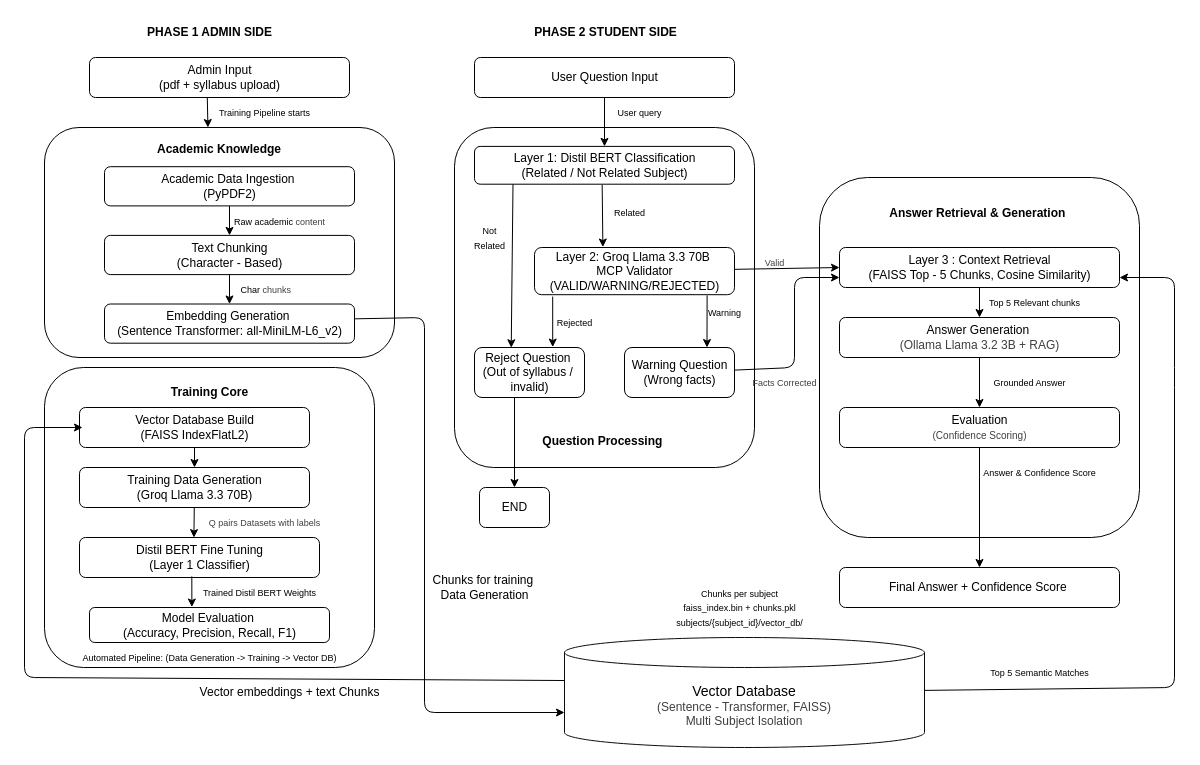
Rajalakshmi2110/academic_system keeps this draw.io diagram as architecture/rajifinal.drawio. Above is the earlier version. Source tidied: cells renumbered, new cells numbered last; positions are measured from the earlier drawing's top-left corner, leaving out a move shared by most shapes. Both pictures are drawn from the tidied source at 100%, with x=0, y=0 at pixel (24, 17).
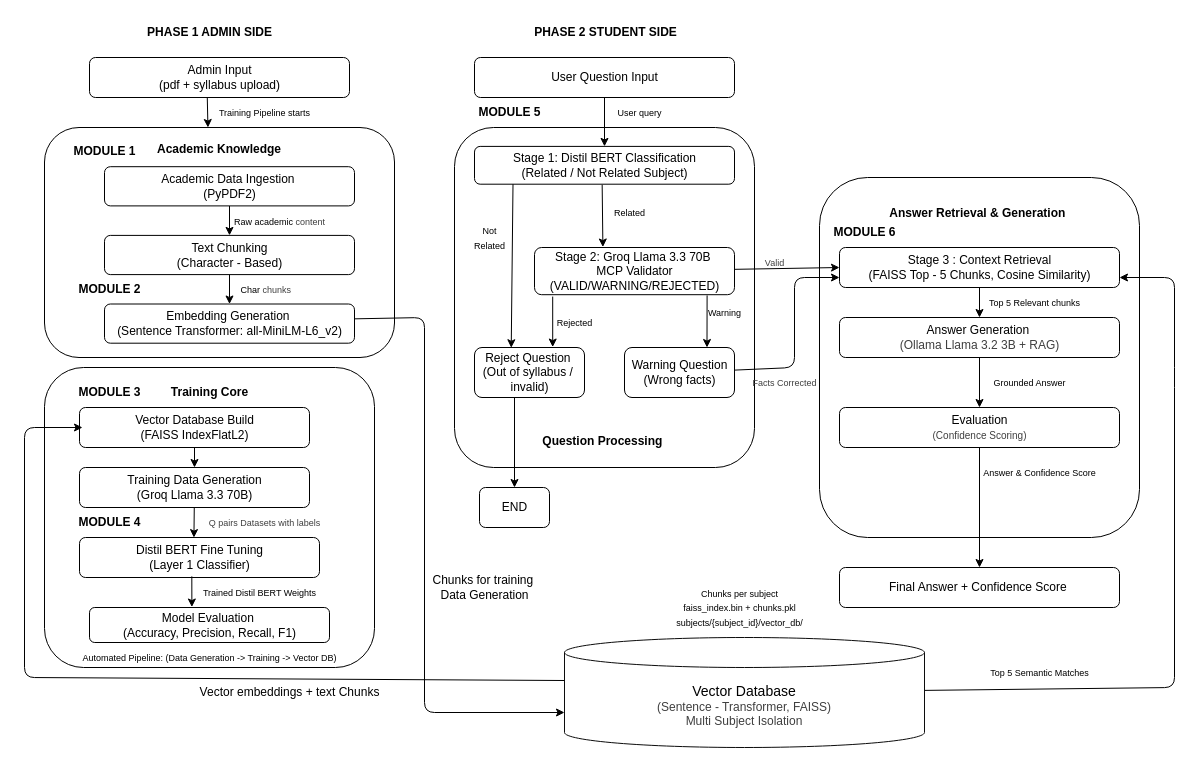
The same page after the edit.

The change refers to these unchanged cells:
```xml
<mxCell id="2" value="&lt;div&gt;&lt;br&gt;&lt;/div&gt;&lt;div&gt;&lt;br&gt;&lt;/div&gt;&lt;div&gt;&lt;br&gt;&lt;/div&gt;&lt;div&gt;&lt;br&gt;&lt;/div&gt;&lt;div&gt;&lt;br&gt;&lt;/div&gt;&lt;div&gt;&lt;br&gt;&lt;/div&gt;&lt;div&gt;&lt;br&gt;&lt;/div&gt;&lt;div&gt;&lt;br&gt;&lt;/div&gt;&lt;div&gt;&lt;br&gt;&lt;/div&gt;&lt;div&gt;&lt;br&gt;&lt;/div&gt;&lt;div&gt;&lt;br&gt;&lt;/div&gt;&lt;div&gt;&lt;br&gt;&lt;/div&gt;&lt;div&gt;&lt;br&gt;&lt;/div&gt;&lt;div&gt;&lt;br&gt;&lt;/div&gt;&lt;div&gt;&lt;br&gt;&lt;/div&gt;&lt;div&gt;&lt;br&gt;&lt;/div&gt;&lt;div&gt;&lt;br&gt;&lt;/div&gt;&lt;div&gt;&lt;br&gt;&lt;/div&gt;&lt;div&gt;&lt;br&gt;&lt;/div&gt;&lt;div&gt;&lt;br&gt;&lt;/div&gt;&lt;div&gt;&lt;br&gt;&lt;/div&gt;Question Processing&amp;nbsp;&lt;div&gt;&lt;br&gt;&lt;/div&gt;" style="rounded=1;whiteSpace=wrap;html=1;fontStyle=1;arcSize=13;" parent="1" vertex="1">
  <mxGeometry x="430" y="110" width="300" height="340" as="geometry" />
</mxCell>
<mxCell id="17" value="Answer Retrieval &amp;amp; Generation&amp;nbsp;&lt;div&gt;&lt;br&gt;&lt;/div&gt;&lt;div&gt;&lt;br&gt;&lt;/div&gt;&lt;div&gt;&lt;br&gt;&lt;/div&gt;&lt;div&gt;&lt;br&gt;&lt;/div&gt;&lt;div&gt;&lt;br&gt;&lt;/div&gt;&lt;div&gt;&lt;br&gt;&lt;/div&gt;&lt;div&gt;&lt;br&gt;&lt;/div&gt;&lt;div&gt;&lt;br&gt;&lt;/div&gt;&lt;div&gt;&lt;br&gt;&lt;/div&gt;&lt;div&gt;&lt;br&gt;&lt;/div&gt;&lt;div&gt;&lt;br&gt;&lt;/div&gt;&lt;div&gt;&lt;br&gt;&lt;/div&gt;&lt;div&gt;&lt;br&gt;&lt;/div&gt;&lt;div&gt;&lt;br&gt;&lt;/div&gt;&lt;div&gt;&lt;br&gt;&lt;/div&gt;&lt;div&gt;&lt;br&gt;&lt;/div&gt;&lt;div&gt;&lt;br&gt;&lt;/div&gt;&lt;div&gt;&lt;br&gt;&lt;/div&gt;&lt;div&gt;&lt;br&gt;&lt;/div&gt;&lt;div&gt;&lt;br&gt;&lt;/div&gt;" style="rounded=1;whiteSpace=wrap;html=1;fontStyle=1;" parent="1" vertex="1">
  <mxGeometry x="795" y="160" width="320" height="360" as="geometry" />
</mxCell>
```

Change to the diagram source:
```diff
@@
-    <mxCell id="3" value="Layer 1: Distil BERT Classification&lt;div&gt;(Related / Not Related Subject)&lt;/div&gt;" style="rounded=1;html=1;" parent="2" vertex="1">
+    <mxCell id="3" value="Stage 1: Distil BERT Classification&lt;div&gt;(Related / Not Related Subject)&lt;/div&gt;" style="rounded=1;html=1;" parent="2" vertex="1">
       <mxGeometry x="20" y="18.9" width="260" height="37.8" as="geometry" />
     </mxCell>
@@
-    <mxCell id="6" value="Layer 2: Groq Llama 3.3 70B&amp;nbsp;&lt;div&gt;MCP Validator&lt;div&gt;(VALID/WARNING/REJECTED)&lt;/div&gt;&lt;/div&gt;" style="rounded=1;html=1;" parent="2" vertex="1">
+    <mxCell id="6" value="Stage 2: Groq Llama 3.3 70B&amp;nbsp;&lt;div&gt;MCP Validator&lt;div&gt;(VALID/WARNING/REJECTED)&lt;/div&gt;&lt;/div&gt;" style="rounded=1;html=1;" parent="2" vertex="1">
       <mxGeometry x="80" y="120" width="200" height="47.2" as="geometry" />
     </mxCell>
@@
-    <mxCell id="19" value="Layer 3 : Context Retrieval&lt;div&gt;(FAISS Top - 5 Chunks, Cosine Similarity)&lt;/div&gt;" style="rounded=1;html=1;" parent="17" vertex="1">
+    <mxCell id="19" value="Stage 3 : Context Retrieval&lt;div&gt;(FAISS Top - 5 Chunks, Cosine Similarity)&lt;/div&gt;" style="rounded=1;html=1;" parent="17" vertex="1">
       <mxGeometry x="20" y="70" width="280" height="40" as="geometry" />
     </mxCell>
@@
+    <mxCell id="70" value="&lt;font style=&quot;&quot;&gt;&lt;b style=&quot;&quot;&gt;&lt;font style=&quot;font-size: 12px;&quot;&gt;MODULE&lt;/font&gt;&lt;/b&gt;&lt;b style=&quot;&quot;&gt;&lt;font style=&quot;font-size: 12px;&quot;&gt;&amp;nbsp;6&lt;/font&gt;&lt;/b&gt;&lt;/font&gt;" style="text;html=1;align=center;verticalAlign=middle;strokeColor=none;fillColor=none;" parent="17" vertex="1">
+      <mxGeometry y="40" width="90" height="30" as="geometry" />
+    </mxCell>
@@
+    <mxCell id="71" value="&lt;font style=&quot;&quot;&gt;&lt;b style=&quot;&quot;&gt;&lt;font style=&quot;font-size: 12px;&quot;&gt;MODULE&lt;/font&gt;&lt;/b&gt;&lt;b style=&quot;&quot;&gt;&lt;font style=&quot;font-size: 12px;&quot;&gt; 1&lt;/font&gt;&lt;/b&gt;&lt;/font&gt;" style="text;html=1;align=center;verticalAlign=middle;strokeColor=none;fillColor=none;" parent="1" vertex="1">
+      <mxGeometry x="35" y="119.2" width="90" height="30" as="geometry" />
+    </mxCell>
+    <mxCell id="72" value="&lt;font style=&quot;&quot;&gt;&lt;b style=&quot;&quot;&gt;&lt;font style=&quot;font-size: 12px;&quot;&gt;MODULE&lt;/font&gt;&lt;/b&gt;&lt;b style=&quot;&quot;&gt;&lt;font style=&quot;font-size: 12px;&quot;&gt;&amp;nbsp;2&lt;/font&gt;&lt;/b&gt;&lt;/font&gt;" style="text;html=1;align=center;verticalAlign=middle;strokeColor=none;fillColor=none;" parent="1" vertex="1">
+      <mxGeometry x="40" y="257.1" width="90" height="30" as="geometry" />
+    </mxCell>
+    <mxCell id="73" value="&lt;font style=&quot;&quot;&gt;&lt;b style=&quot;&quot;&gt;&lt;font style=&quot;font-size: 12px;&quot;&gt;MODULE&lt;/font&gt;&lt;/b&gt;&lt;b style=&quot;&quot;&gt;&lt;font style=&quot;font-size: 12px;&quot;&gt;&amp;nbsp;3&lt;/font&gt;&lt;/b&gt;&lt;/font&gt;" style="text;html=1;align=center;verticalAlign=middle;strokeColor=none;fillColor=none;" parent="1" vertex="1">
+      <mxGeometry x="40" y="360" width="90" height="30" as="geometry" />
+    </mxCell>
+    <mxCell id="74" value="&lt;font style=&quot;&quot;&gt;&lt;b style=&quot;&quot;&gt;&lt;font style=&quot;font-size: 12px;&quot;&gt;MODULE&lt;/font&gt;&lt;/b&gt;&lt;b style=&quot;&quot;&gt;&lt;font style=&quot;font-size: 12px;&quot;&gt;&amp;nbsp;4&lt;/font&gt;&lt;/b&gt;&lt;/font&gt;" style="text;html=1;align=center;verticalAlign=middle;strokeColor=none;fillColor=none;" parent="1" vertex="1">
+      <mxGeometry x="40" y="490" width="90" height="30" as="geometry" />
+    </mxCell>
+    <mxCell id="75" value="&lt;font style=&quot;&quot;&gt;&lt;b style=&quot;&quot;&gt;&lt;font style=&quot;font-size: 12px;&quot;&gt;MODULE&lt;/font&gt;&lt;/b&gt;&lt;b style=&quot;&quot;&gt;&lt;font style=&quot;font-size: 12px;&quot;&gt;&amp;nbsp;5&lt;/font&gt;&lt;/b&gt;&lt;/font&gt;" style="text;html=1;align=center;verticalAlign=middle;strokeColor=none;fillColor=none;" parent="1" vertex="1">
+      <mxGeometry x="440" y="80" width="90" height="30" as="geometry" />
+    </mxCell>
```
